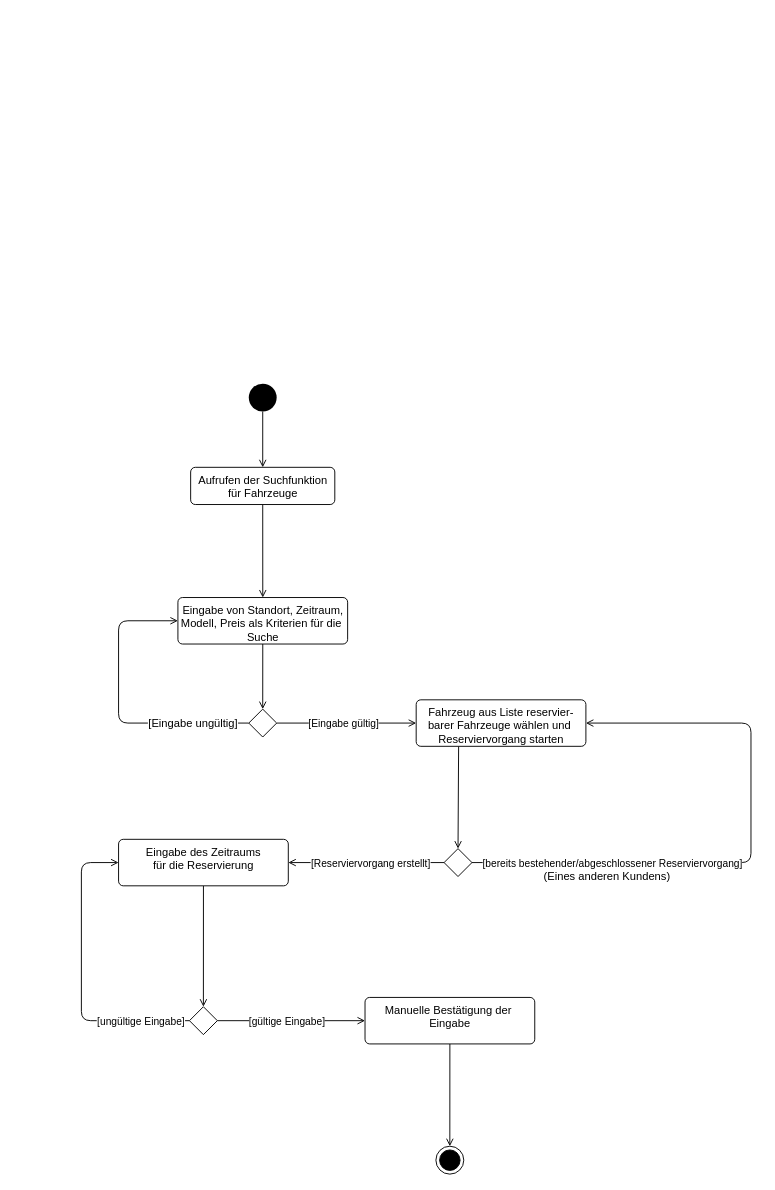
This is Mini-Praktikum/c-Aktivitätsdiagramm.drawio from TheBlackDragon4/SWE-HS-Co-Se5, a draw.io file, before an edit. Source tidied: cells renumbered, new cells numbered last; positions are measured from the earlier drawing's top-left corner, leaving out a move shared by most shapes. Both pictures are drawn from the tidied source at 93%, with x=0, y=0 at pixel (81, 383).
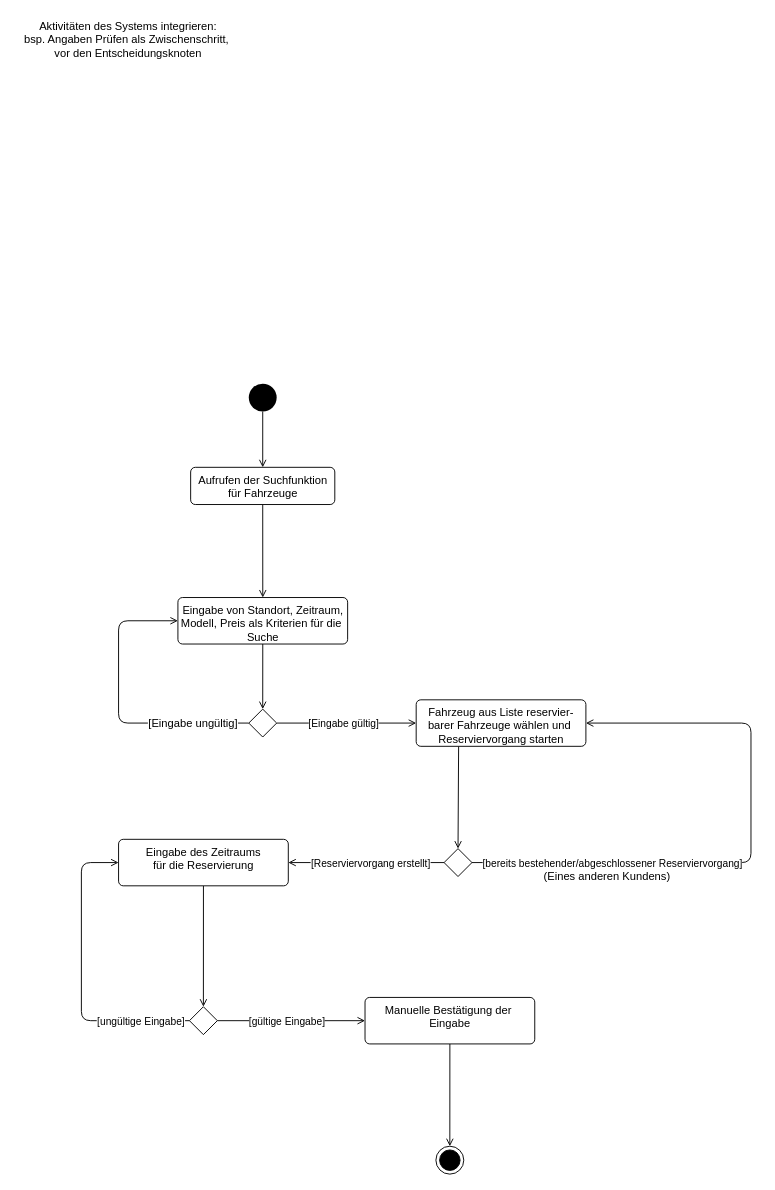
Above is the later version.

What changed in the source:
```diff
@@
+    <mxCell id="31" value="Aktivitäten des Systems integrieren:&lt;br&gt;bsp. Angaben Prüfen als Zwischenschritt,&amp;nbsp;&lt;br&gt;vor den Entscheidungsknoten" style="text;html=1;align=center;verticalAlign=middle;strokeColor=none;fillColor=none;" parent="1" vertex="1">
+      <mxGeometry x="-70" y="-395" width="240" height="50" as="geometry" />
+    </mxCell>
```
